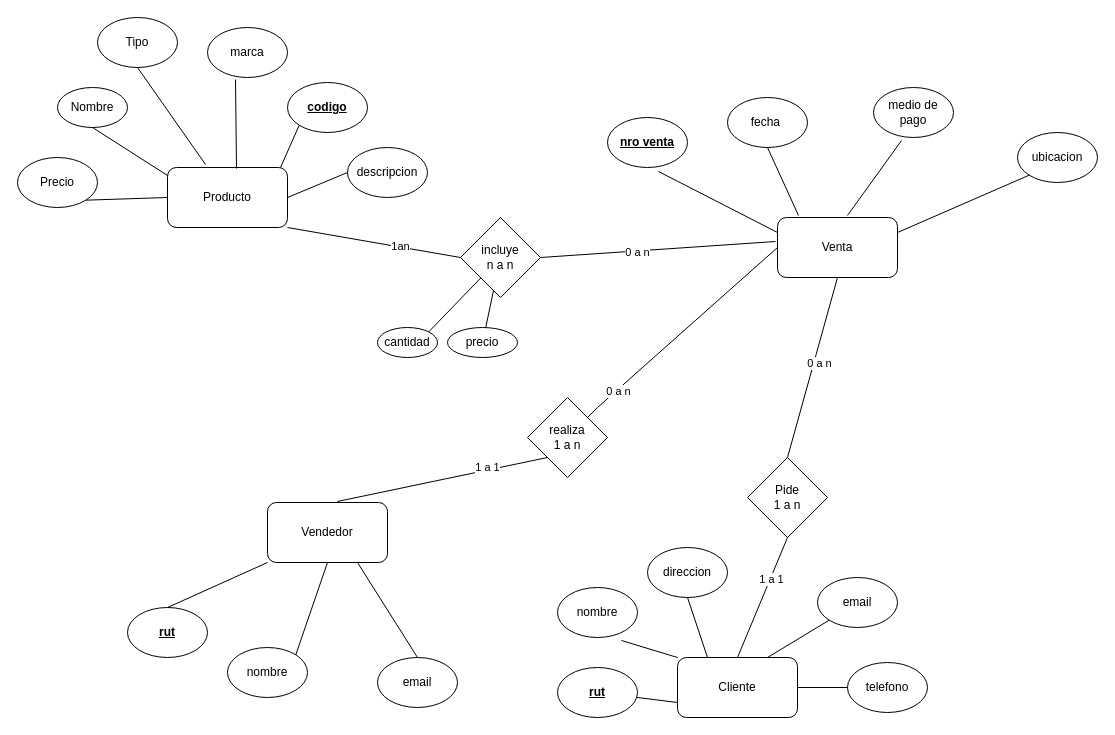
The draw.io diagram Untitled Diagram.drawio in RafaUribeG/WorkgroupAndroid, before the edit. Source tidied: cells renumbered, new cells numbered last; positions are measured from the earlier drawing's top-left corner, leaving out a move shared by most shapes. Both pictures are drawn from the tidied source at 100%, with x=0, y=0 at pixel (17, 17).
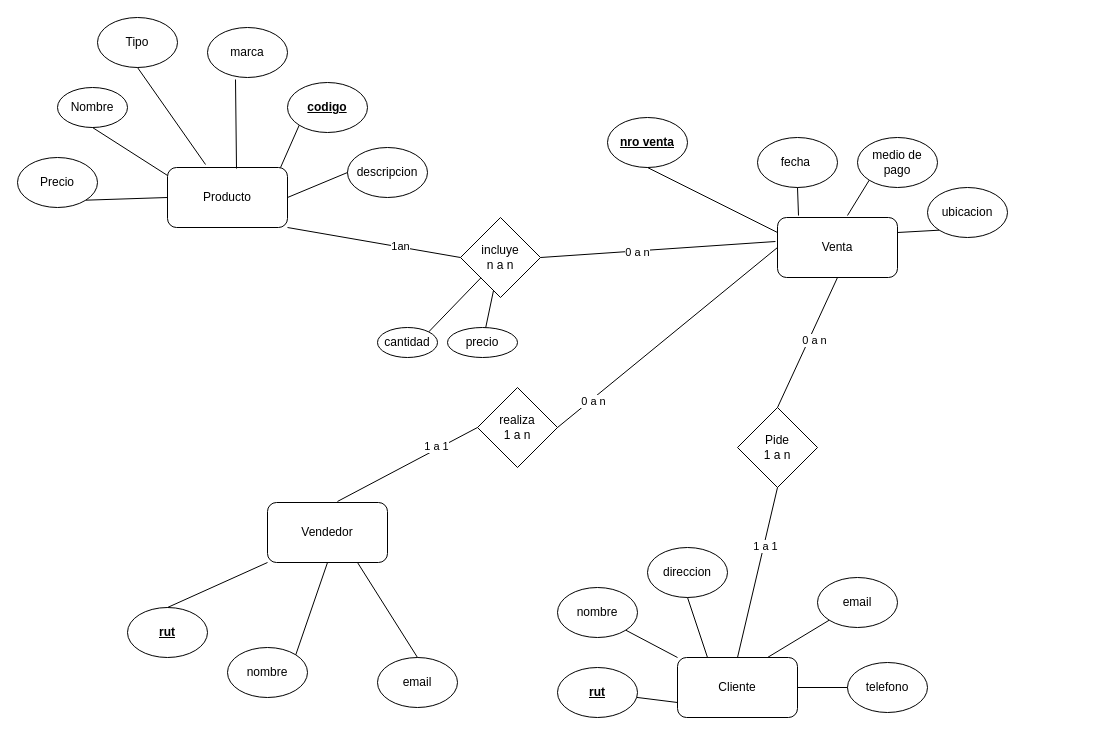
The same page after the edit.

Unchanged cells that the change refers to:
```xml
<mxCell id="9" value="Cliente" style="rounded=1;whiteSpace=wrap;html=1;" parent="1" vertex="1">
  <mxGeometry x="660" y="640" width="120" height="60" as="geometry" />
</mxCell>
<mxCell id="11" value="nombre" style="ellipse;whiteSpace=wrap;html=1;" parent="1" vertex="1">
  <mxGeometry x="540" y="570" width="80" height="50" as="geometry" />
</mxCell>
<mxCell id="20" value="Vendedor" style="rounded=1;whiteSpace=wrap;html=1;" parent="1" vertex="1">
  <mxGeometry x="250" y="485" width="120" height="60" as="geometry" />
</mxCell>
<mxCell id="37" value="Venta" style="rounded=1;whiteSpace=wrap;html=1;" parent="1" vertex="1">
  <mxGeometry x="760" y="200" width="120" height="60" as="geometry" />
</mxCell>
<mxCell id="38" value="&lt;b&gt;&lt;u&gt;nro venta&lt;/u&gt;&lt;/b&gt;" style="ellipse;whiteSpace=wrap;html=1;" parent="1" vertex="1">
  <mxGeometry x="590" y="100" width="80" height="50" as="geometry" />
</mxCell>
```

Diff of the diagram source:
```diff
@@
-    <mxCell id="15" style="endArrow=none;html=1;rounded=0;entryX=0;entryY=0;entryDx=0;entryDy=0;exitX=0.8;exitY=1.06;exitDx=0;exitDy=0;exitPerimeter=0;" parent="1" edge="1" source="11" target="9">
+    <mxCell id="15" style="endArrow=none;html=1;rounded=0;entryX=0;entryY=0;entryDx=0;entryDy=0;exitX=1;exitY=1;exitDx=0;exitDy=0;" parent="1" edge="1" source="11" target="9">
       <mxGeometry relative="1" as="geometry" />
     </mxCell>
@@
     <mxCell id="27" value="Pide&lt;br&gt;1 a n" style="rhombus;whiteSpace=wrap;html=1;" parent="1" vertex="1">
-      <mxGeometry x="730" y="440" width="80" height="80" as="geometry" />
+      <mxGeometry x="720" y="390" width="80" height="80" as="geometry" />
     </mxCell>
-    <mxCell id="28" style="endArrow=none;html=1;rounded=0;entryX=0.5;entryY=0;entryDx=0;entryDy=0;exitX=0.5;exitY=1;exitDx=0;exitDy=0;" parent="1" edge="1" source="37" target="27">
+    <mxCell id="28" style="endArrow=none;html=1;rounded=0;exitX=0.5;exitY=1;exitDx=0;exitDy=0;entryX=0.5;entryY=0;entryDx=0;entryDy=0;" parent="1" edge="1" source="37" target="27">
       <mxGeometry relative="1" as="geometry" />
     </mxCell>
@@
     <mxCell id="32" value="realiza&lt;br&gt;1 a n" style="rhombus;whiteSpace=wrap;html=1;" parent="1" vertex="1">
-      <mxGeometry x="510" y="380" width="80" height="80" as="geometry" />
+      <mxGeometry x="460" y="370" width="80" height="80" as="geometry" />
     </mxCell>
-    <mxCell id="33" style="endArrow=none;html=1;rounded=0;entryX=0;entryY=0.5;entryDx=0;entryDy=0;" parent="1" edge="1" source="32" target="37">
-      <mxGeometry relative="1" as="geometry">
-        <Array as="points">
-          <mxPoint x="580" y="390" />
-        </Array>
-      </mxGeometry>
+    <mxCell id="33" style="endArrow=none;html=1;rounded=0;entryX=0;entryY=0.5;entryDx=0;entryDy=0;exitX=1;exitY=0.5;exitDx=0;exitDy=0;" parent="1" edge="1" source="32" target="37">
+      <mxGeometry relative="1" as="geometry" />
     </mxCell>
@@
-    <mxCell id="35" style="endArrow=none;html=1;rounded=0;entryX=0;entryY=1;entryDx=0;entryDy=0;exitX=0.583;exitY=-0.017;exitDx=0;exitDy=0;exitPerimeter=0;" parent="1" edge="1" source="20" target="32">
+    <mxCell id="35" style="endArrow=none;html=1;rounded=0;entryX=0;entryY=0.5;entryDx=0;entryDy=0;exitX=0.583;exitY=-0.017;exitDx=0;exitDy=0;exitPerimeter=0;" parent="1" edge="1" source="20" target="32">
       <mxGeometry relative="1" as="geometry" />
     </mxCell>
@@
     <mxCell id="39" value="fecha&amp;nbsp;" style="ellipse;whiteSpace=wrap;html=1;" parent="1" vertex="1">
-      <mxGeometry x="710" y="80" width="80" height="50" as="geometry" />
+      <mxGeometry x="740" y="120" width="80" height="50" as="geometry" />
     </mxCell>
     <mxCell id="40" value="medio de pago" style="ellipse;whiteSpace=wrap;html=1;" parent="1" vertex="1">
-      <mxGeometry x="856" y="70" width="80" height="50" as="geometry" />
+      <mxGeometry x="840" y="120" width="80" height="50" as="geometry" />
     </mxCell>
     <mxCell id="41" value="ubicacion" style="ellipse;whiteSpace=wrap;html=1;" parent="1" vertex="1">
-      <mxGeometry x="1000" y="115" width="80" height="50" as="geometry" />
+      <mxGeometry x="910" y="170" width="80" height="50" as="geometry" />
     </mxCell>
-    <mxCell id="42" style="endArrow=none;html=1;rounded=0;entryX=0.638;entryY=1.08;entryDx=0;entryDy=0;entryPerimeter=0;exitX=0;exitY=0.25;exitDx=0;exitDy=0;" parent="1" edge="1" source="37" target="38">
+    <mxCell id="42" style="endArrow=none;html=1;rounded=0;entryX=0.5;entryY=1;entryDx=0;entryDy=0;exitX=0;exitY=0.25;exitDx=0;exitDy=0;" parent="1" edge="1" source="37" target="38">
       <mxGeometry relative="1" as="geometry" />
     </mxCell>
@@
-    <mxCell id="44" style="endArrow=none;html=1;rounded=0;entryX=0.35;entryY=1.06;entryDx=0;entryDy=0;entryPerimeter=0;exitX=0.583;exitY=-0.033;exitDx=0;exitDy=0;exitPerimeter=0;" parent="1" edge="1" source="37" target="40">
+    <mxCell id="44" style="endArrow=none;html=1;rounded=0;entryX=0;entryY=1;entryDx=0;entryDy=0;exitX=0.583;exitY=-0.033;exitDx=0;exitDy=0;exitPerimeter=0;" parent="1" edge="1" source="37" target="40">
       <mxGeometry relative="1" as="geometry" />
     </mxCell>
```
